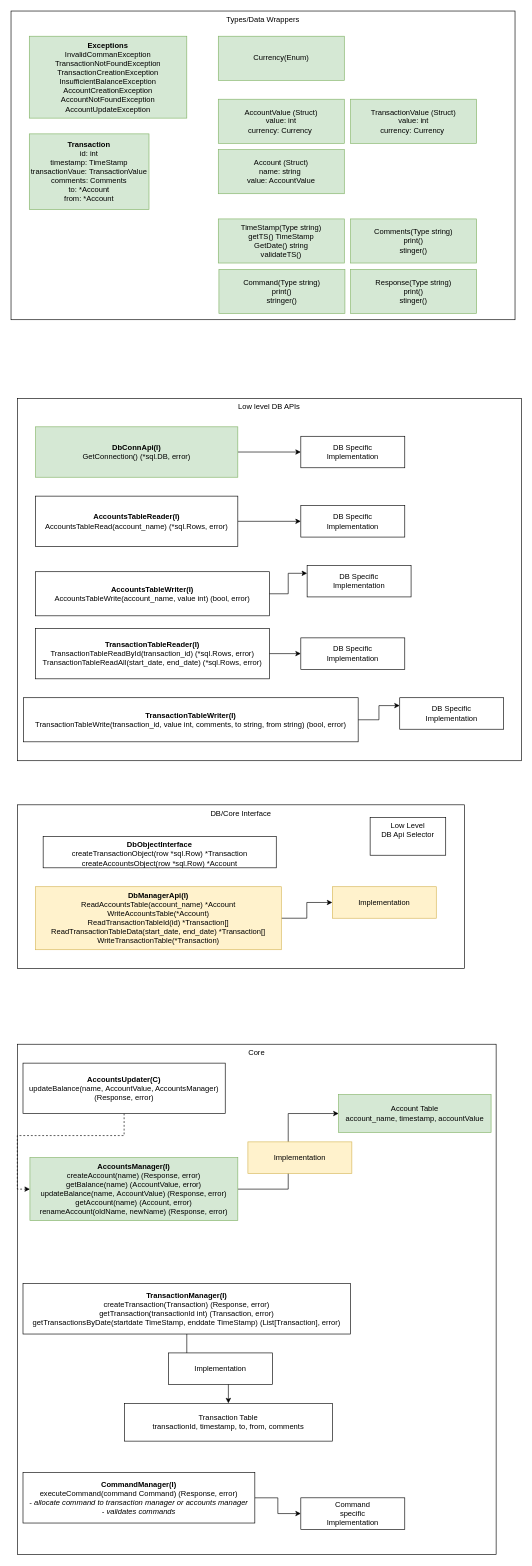
Earlier version of the draw.io diagram page "LLD" (2 of 3) of architecture/personal_finance_utility.drawio (pogo420/persofin). Source tidied: cells renumbered, new cells numbered last; positions are measured from the earlier drawing's top-left corner, leaving out a move shared by most shapes. Both pictures are drawn from the tidied source at 63%, with x=0, y=0 at pixel (11, 11).
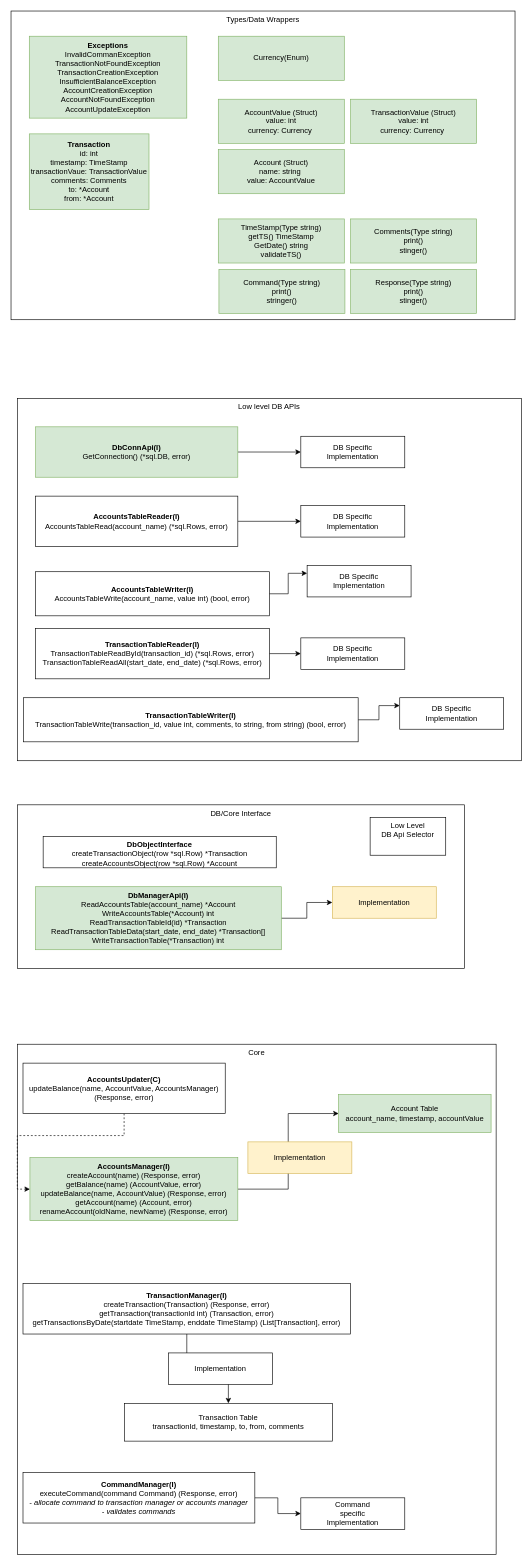
After the change.

The edit, as a diff of the source:
```diff
@@
-    <mxCell id="46" value="&lt;b&gt;DbManagerApi(I)&lt;br&gt;&lt;/b&gt;ReadAccountsTable(account_name) *Account&lt;br&gt;WriteAccountsTable(*Account)&lt;br&gt;ReadTransactionTableId(id) *Transaction[]&lt;br&gt;ReadTransactionTableData(start_date, end_date) *Transaction[]&lt;br&gt;WriteTransactionTable(*Transaction)" style="rounded=0;whiteSpace=wrap;html=1;verticalAlign=top;fillColor=#fff2cc;strokeColor=#d6b656;" parent="1" vertex="1">
+    <mxCell id="46" value="&lt;b&gt;DbManagerApi(I)&lt;br&gt;&lt;/b&gt;ReadAccountsTable(account_name) *Account&lt;br&gt;WriteAccountsTable(*Account) int&lt;br&gt;ReadTransactionTableId(id) *Transaction&lt;br&gt;ReadTransactionTableData(start_date, end_date) *Transaction[]&lt;br&gt;WriteTransactionTable(*Transaction) int" style="rounded=0;whiteSpace=wrap;html=1;verticalAlign=top;fillColor=#d5e8d4;strokeColor=#82b366;" parent="1" vertex="1">
       <mxGeometry x="39" y="1390" width="390" height="100" as="geometry" />
     </mxCell>
```
